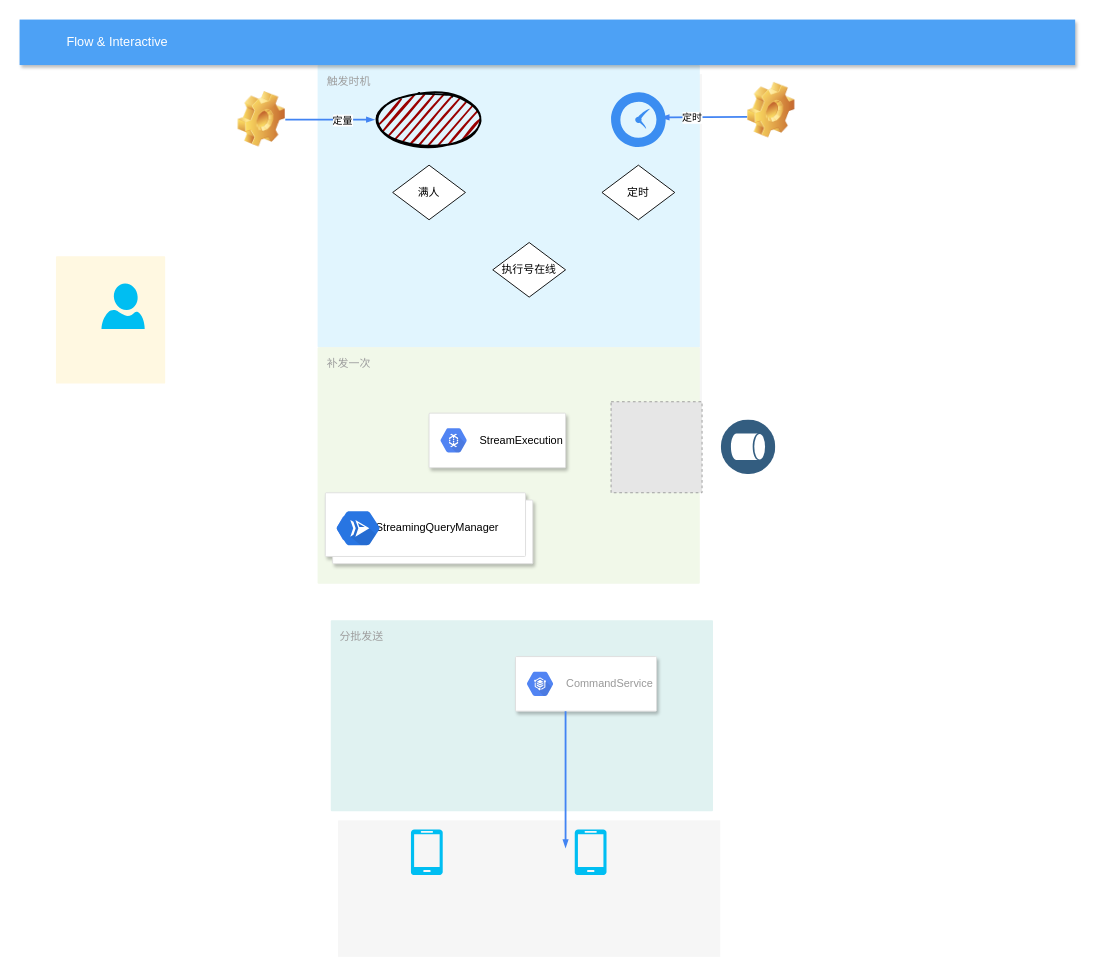
feihu618/drawio keeps this draw.io diagram as craft/Copy of task_magr1.drawio. Above is the earlier version. Source tidied: cells renumbered, new cells numbered last; positions are measured from the earlier drawing's top-left corner, leaving out a move shared by most shapes. Both pictures are drawn from the tidied source at 91%, with x=0, y=0 at pixel (19, 19). Pictures stored in the file or linked from it are replaced by grey dashed boxes.
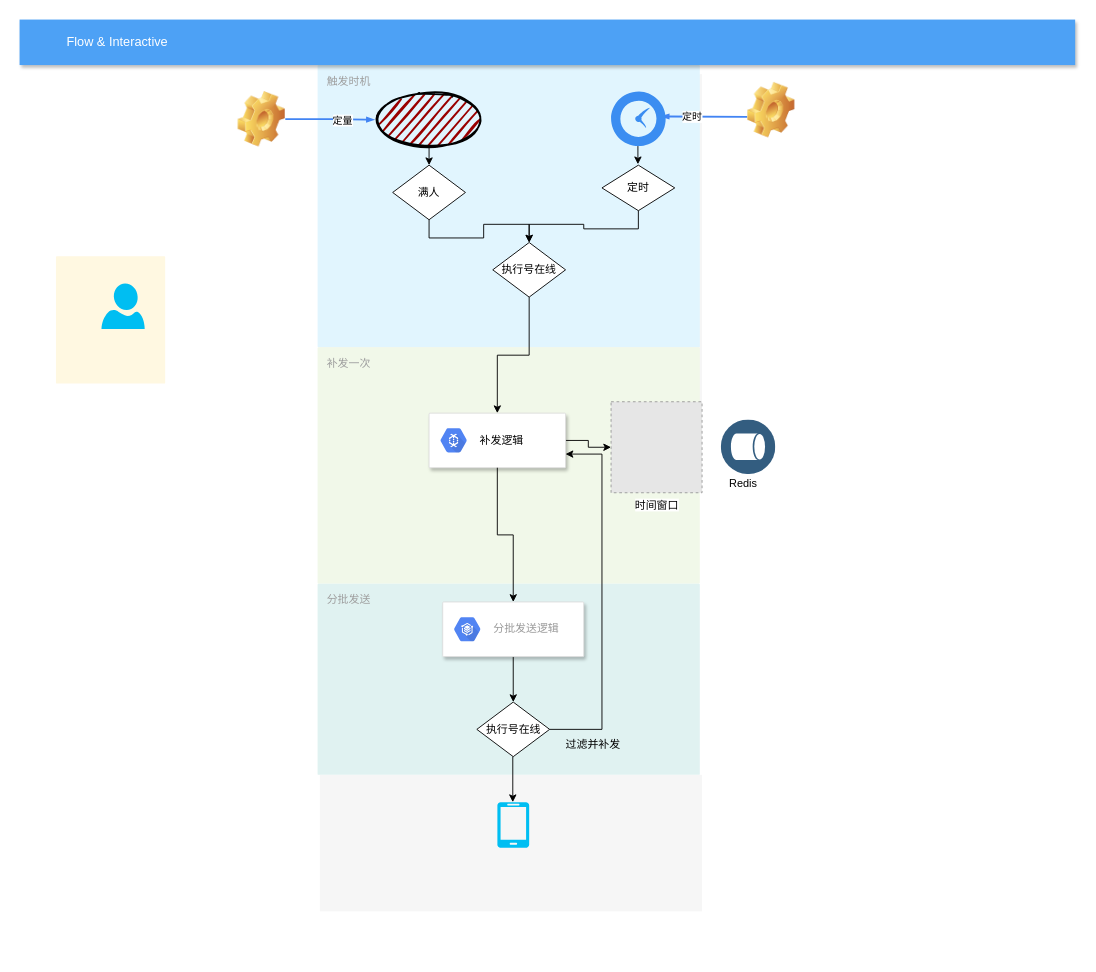
After the change.

Unchanged cells that the change refers to:
```xml
<mxCell id="19" style="strokeColor=#dddddd;fillColor=#ffffff;shadow=1;strokeWidth=1;rounded=1;absoluteArcSize=1;arcSize=2;fontSize=10;fontColor=#9E9E9E;align=center;html=1;" parent="1" vertex="1">
  <mxGeometry x="450" y="432.5" width="150" height="60" as="geometry" />
</mxCell>
<mxCell id="29" style="ellipse;whiteSpace=wrap;html=1;strokeWidth=2;fillWeight=2;hachureGap=8;fillColor=#990000;fillStyle=dots;sketch=1;" parent="1" vertex="1">
  <mxGeometry x="390" y="80" width="120" height="60" as="geometry" />
</mxCell>
<mxCell id="30" style="shape=image;html=1;verticalLabelPosition=bottom;verticalAlign=top;imageAspect=1;image=img/clipart/Gear_128x128.png;" parent="1" vertex="1">
  <mxGeometry x="240" y="79" width="52" height="61" as="geometry" />
</mxCell>
<mxCell id="31" value="满人" style="rhombus;whiteSpace=wrap;html=1;" parent="1" vertex="1">
  <mxGeometry x="410" y="160" width="80" height="60" as="geometry" />
</mxCell>
<mxCell id="33" value="执行号在线" style="rhombus;whiteSpace=wrap;html=1;" parent="1" vertex="1">
  <mxGeometry x="520" y="245" width="80" height="60" as="geometry" />
</mxCell>
```

The edit, as a diff of the source:
```diff
@@
     <mxCell id="2" style="fillColor=#F6F6F6;strokeColor=none;shadow=0;gradientColor=none;fontSize=14;align=left;spacing=10;fontColor=#717171;9E9E9E;verticalAlign=top;spacingTop=-4;fontStyle=0;spacingLeft=40;html=1;" parent="1" vertex="1">
-      <mxGeometry x="350" y="880" width="420" height="150" as="geometry" />
+      <mxGeometry x="330" y="830" width="420" height="150" as="geometry" />
     </mxCell>
@@
     <mxCell id="5" style="edgeStyle=orthogonalEdgeStyle;rounded=0;html=1;labelBackgroundColor=none;startFill=1;startSize=4;endArrow=blockThin;endFill=1;endSize=4;jettySize=auto;strokeColor=#4284F3;strokeWidth=2;fontSize=12;fontColor=#000000;align=center;dashed=0;entryX=0;entryY=0.5;entryDx=0;entryDy=0;" parent="1" edge="1" source="30" target="29">
-      <mxGeometry relative="1" as="geometry">
-        <Array as="points">
-          <mxPoint x="290" y="110" />
-          <mxPoint x="290" y="110" />
-        </Array>
-      </mxGeometry>
+      <mxGeometry relative="1" as="geometry" />
     </mxCell>
@@
     <mxCell id="11" style="verticalLabelPosition=bottom;html=1;verticalAlign=top;align=center;strokeColor=none;fillColor=#00BEF2;shape=mxgraph.azure.mobile;" parent="1" vertex="1">
-      <mxGeometry x="430" y="890" width="35" height="50" as="geometry" />
+      <mxGeometry x="525" y="860" width="35" height="50" as="geometry" />
     </mxCell>
@@
-    <mxCell id="16" style="shape=mxgraph.gcp2.doubleRect;strokeColor=#dddddd;shadow=1;strokeWidth=1;" parent="1" vertex="1">
-      <mxGeometry x="336" y="520" width="228" height="78" as="geometry" />
-    </mxCell>
-    <mxCell id="17" value="&lt;font color=&quot;#000000&quot;&gt;StreamingQueryManager&lt;/font&gt;" style="dashed=0;html=1;fillColor=#5184F3;strokeColor=none;shape=mxgraph.gcp2.hexIcon;prIcon=persistent_disk;labelPosition=right;verticalLabelPosition=middle;align=left;verticalAlign=middle;spacingLeft=5;fontColor=#999999;fontSize=12;" parent="16" vertex="1">
-      <mxGeometry y="0.5" width="44" height="39" relative="1" as="geometry">
-        <mxPoint x="5" y="-19.5" as="offset" />
-      </mxGeometry>
-    </mxCell>
-    <mxCell id="18" style="html=1;fillColor=#2875E2;strokeColor=#ffffff;verticalAlign=top;labelPosition=center;verticalLabelPosition=bottom;align=center;spacingTop=-6;fontSize=12;fontStyle=1;fontColor=#000000;shape=mxgraph.gcp2.hexIcon;prIcon=cloud_run;dashed=0;fontFamily=Helvetica;" parent="16" vertex="1">
-      <mxGeometry y="11.5" width="72.2" height="55.1" as="geometry" />
-    </mxCell>
+    <mxCell id="35" style="edgeStyle=orthogonalEdgeStyle;rounded=0;jettySize=auto;html=1;exitX=1;exitY=0.5;exitDx=0;exitDy=0;" parent="1" edge="1" source="19" target="34">
+      <mxGeometry relative="1" as="geometry" />
+    </mxCell>
@@
-    <mxCell id="20" value="&lt;font color=&quot;#000000&quot;&gt;StreamExecution&lt;/font&gt;" style="dashed=0;html=1;fillColor=#5184F3;strokeColor=none;shape=mxgraph.gcp2.hexIcon;prIcon=cloud_dataflow;labelPosition=right;verticalLabelPosition=middle;align=left;verticalAlign=middle;spacingLeft=5;fontColor=#999999;fontSize=12;" parent="19" vertex="1">
+    <mxCell id="20" value="&lt;font color=&quot;#000000&quot;&gt;补发逻辑&lt;/font&gt;" style="dashed=0;html=1;fillColor=#5184F3;strokeColor=none;shape=mxgraph.gcp2.hexIcon;prIcon=cloud_dataflow;labelPosition=right;verticalLabelPosition=middle;align=left;verticalAlign=middle;spacingLeft=5;fontColor=#999999;fontSize=12;" parent="19" vertex="1">
       <mxGeometry y="0.5" width="44" height="39" relative="1" as="geometry">
         <mxPoint x="5" y="-19.5" as="offset" />
       </mxGeometry>
     </mxCell>
     <mxCell id="21" style="html=1;strokeColor=none;shadow=0;align=center;verticalAlign=top;fillColor=#3B8DF1;shape=mxgraph.gcp2.clock;" parent="1" vertex="1">
-      <mxGeometry x="650" y="80" width="60" height="60" as="geometry" />
+      <mxGeometry x="650" y="79" width="60" height="60" as="geometry" />
     </mxCell>
@@
-    <mxCell id="23" style="verticalLabelPosition=bottom;html=1;verticalAlign=top;align=center;strokeColor=none;fillColor=#00BEF2;shape=mxgraph.azure.mobile;" parent="1" vertex="1">
-      <mxGeometry x="610" y="890" width="35" height="50" as="geometry" />
-    </mxCell>
     <mxCell id="24" value="分批发送" style="rounded=1;absoluteArcSize=1;arcSize=2;html=1;strokeColor=none;gradientColor=none;shadow=0;dashed=0;fontSize=12;fontColor=#9E9E9E;align=left;verticalAlign=top;spacing=10;spacingTop=-4;fillColor=#E0F2F1;" parent="1" vertex="1">
-      <mxGeometry x="342" y="660" width="420" height="210" as="geometry" />
+      <mxGeometry x="327.5" y="620" width="420" height="210" as="geometry" />
     </mxCell>
+    <mxCell id="36" style="edgeStyle=orthogonalEdgeStyle;rounded=0;jettySize=auto;html=1;exitX=0.5;exitY=1;exitDx=0;exitDy=0;" parent="1" edge="1" source="25" target="45">
+      <mxGeometry relative="1" as="geometry" />
+    </mxCell>
     <mxCell id="25" style="strokeColor=#dddddd;shadow=1;strokeWidth=1;rounded=1;absoluteArcSize=1;arcSize=2;" parent="1" vertex="1">
-      <mxGeometry x="545" y="700" width="155" height="60" as="geometry" />
+      <mxGeometry x="465" y="640" width="155" height="60" as="geometry" />
     </mxCell>
-    <mxCell id="26" value="CommandService" style="dashed=0;html=1;fillColor=#5184F3;strokeColor=none;shape=mxgraph.gcp2.hexIcon;prIcon=gke_on_prem;labelPosition=right;verticalLabelPosition=middle;align=left;verticalAlign=middle;spacingLeft=5;fontColor=#999999;fontSize=12;" parent="25" vertex="1">
+    <mxCell id="26" value="分批发送逻辑" style="dashed=0;html=1;fillColor=#5184F3;strokeColor=none;shape=mxgraph.gcp2.hexIcon;prIcon=gke_on_prem;labelPosition=right;verticalLabelPosition=middle;align=left;verticalAlign=middle;spacingLeft=5;fontColor=#999999;fontSize=12;" parent="25" vertex="1">
       <mxGeometry y="0.5" width="44" height="39" relative="1" as="geometry">
         <mxPoint x="5" y="-19.5" as="offset" />
       </mxGeometry>
     </mxCell>
-    <mxCell id="27" style="edgeStyle=orthogonalEdgeStyle;rounded=0;html=1;labelBackgroundColor=none;startFill=1;startSize=4;endArrow=blockThin;endFill=1;endSize=4;jettySize=auto;orthogonalLoop=1;strokeColor=#4284F3;strokeWidth=2;fontSize=12;fontColor=#000000;align=center;dashed=0;" parent="25" edge="1">
-      <mxGeometry relative="1" as="geometry">
-        <mxPoint x="55" y="77" as="sourcePoint" />
-        <mxPoint x="55" y="210" as="targetPoint" />
-        <Array as="points">
-          <mxPoint x="55" y="60" />
-          <mxPoint x="55" y="60" />
-        </Array>
-      </mxGeometry>
-    </mxCell>
@@
+    <mxCell id="37" style="edgeStyle=orthogonalEdgeStyle;rounded=0;jettySize=auto;html=1;exitX=0.5;exitY=1;exitDx=0;exitDy=0;entryX=0.5;entryY=0;entryDx=0;entryDy=0;" parent="1" edge="1" source="29" target="31">
+      <mxGeometry relative="1" as="geometry" />
+    </mxCell>
@@
+    <mxCell id="38" style="edgeStyle=orthogonalEdgeStyle;rounded=0;jettySize=auto;html=1;exitX=0.5;exitY=1;exitDx=0;exitDy=0;" parent="1" edge="1" source="31" target="33">
+      <mxGeometry relative="1" as="geometry" />
+    </mxCell>
@@
     <mxCell id="32" value="定时" style="rhombus;whiteSpace=wrap;html=1;" parent="1" vertex="1">
-      <mxGeometry x="640" y="160" width="80" height="60" as="geometry" />
+      <mxGeometry x="640" y="160" width="80" height="50" as="geometry" />
     </mxCell>
+    <mxCell id="39" style="edgeStyle=orthogonalEdgeStyle;rounded=0;jettySize=auto;html=1;exitX=0.5;exitY=1;exitDx=0;exitDy=0;" parent="1" edge="1" source="33" target="19">
+      <mxGeometry relative="1" as="geometry" />
+    </mxCell>
@@
-    <mxCell id="34" style="fillColor=#E6E6E6;strokeColor=#999999;dashed=1;html=1;verticalAlign=top;verticalLabelPosition=bottom;labelBackgroundColor=#ffffff;" parent="1" vertex="1">
+    <mxCell id="34" value="时间窗口" style="fillColor=#E6E6E6;strokeColor=#999999;dashed=1;html=1;verticalAlign=top;verticalLabelPosition=bottom;labelBackgroundColor=#ffffff;" parent="1" vertex="1">
       <mxGeometry x="650" y="420" width="100" height="100" as="geometry" />
     </mxCell>
+    <mxCell id="40" value="Redis" style="text;html=1;align=center;verticalAlign=middle;fillColor=none;strokeColor=none;rounded=0;" parent="1" vertex="1">
+      <mxGeometry x="770" y="500" width="50" height="20" as="geometry" />
+    </mxCell>
+    <mxCell id="41" style="edgeStyle=orthogonalEdgeStyle;rounded=0;jettySize=auto;html=1;exitX=0.5;exitY=1;exitDx=0;exitDy=0;" parent="1" edge="1" source="19" target="25">
+      <mxGeometry relative="1" as="geometry" />
+    </mxCell>
+    <mxCell id="42" style="edgeStyle=orthogonalEdgeStyle;rounded=0;orthogonalLoop=1;jettySize=auto;html=1;exitX=0.5;exitY=1;exitDx=0;exitDy=0;entryX=0.5;entryY=0;entryDx=0;entryDy=0;" parent="1" edge="1">
+      <mxGeometry relative="1" as="geometry">
+        <mxPoint x="679.5" y="139" as="sourcePoint" />
+        <mxPoint x="679.5" y="159" as="targetPoint" />
+      </mxGeometry>
+    </mxCell>
+    <mxCell id="43" style="edgeStyle=orthogonalEdgeStyle;rounded=0;jettySize=auto;html=1;exitX=0.5;exitY=1;exitDx=0;exitDy=0;entryX=0.5;entryY=0;entryDx=0;entryDy=0;" parent="1" edge="1" source="32" target="33">
+      <mxGeometry relative="1" as="geometry" />
+    </mxCell>
+    <mxCell id="44" style="edgeStyle=orthogonalEdgeStyle;rounded=0;jettySize=auto;html=1;exitX=1;exitY=0.5;exitDx=0;exitDy=0;entryX=1;entryY=0.75;entryDx=0;entryDy=0;" parent="1" edge="1" source="45" target="19">
+      <mxGeometry relative="1" as="geometry">
+        <Array as="points">
+          <mxPoint x="640" y="780" />
+          <mxPoint x="640" y="478" />
+        </Array>
+      </mxGeometry>
+    </mxCell>
+    <mxCell id="45" value="执行号在线" style="rhombus;whiteSpace=wrap;html=1;" parent="1" vertex="1">
+      <mxGeometry x="502.5" y="750" width="80" height="60" as="geometry" />
+    </mxCell>
+    <mxCell id="46" style="edgeStyle=orthogonalEdgeStyle;rounded=0;orthogonalLoop=1;jettySize=auto;html=1;exitX=0.5;exitY=1;exitDx=0;exitDy=0;" parent="1" edge="1">
+      <mxGeometry relative="1" as="geometry">
+        <mxPoint x="542" y="810" as="sourcePoint" />
+        <mxPoint x="542" y="860" as="targetPoint" />
+      </mxGeometry>
+    </mxCell>
+    <mxCell id="47" value="过滤并补发" style="text;html=1;align=center;verticalAlign=middle;fillColor=none;strokeColor=none;rounded=0;" parent="1" vertex="1">
+      <mxGeometry x="590" y="787" width="80" height="20" as="geometry" />
+    </mxCell>
```
